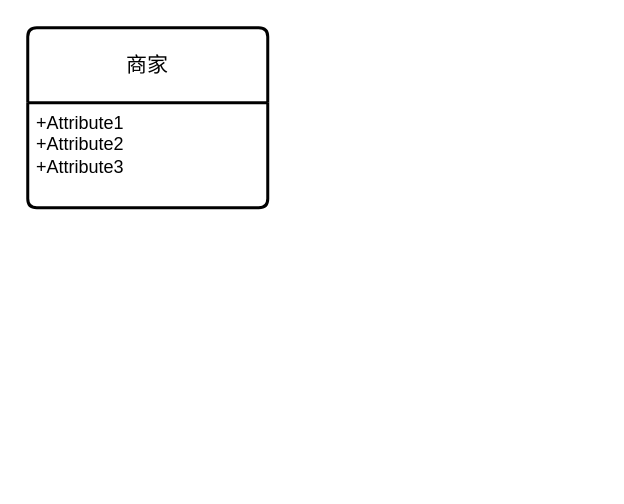
Above: ER-Charts/ER_CampusCard.drawio in ShiaoYoung/Database-course_design (draw.io), before the change. Source tidied: cells renumbered, new cells numbered last; positions are measured from the earlier drawing's top-left corner, leaving out a move shared by most shapes. Both pictures are drawn from the tidied source at 150%, with x=0, y=0 at pixel (27, 27).
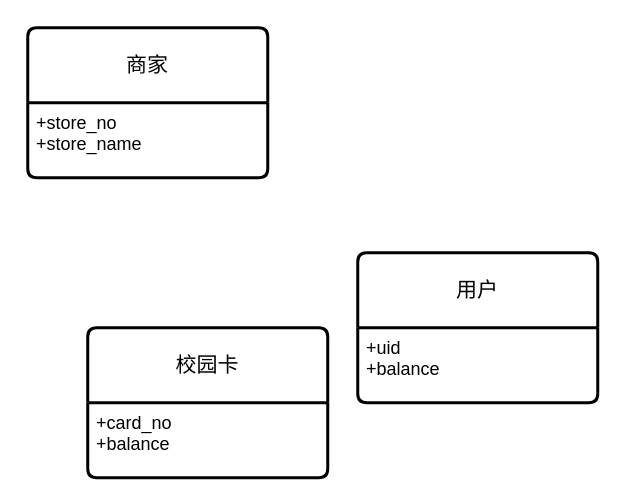
Above is the later version.

Change to the diagram source:
```diff
@@
 <mxGraphModel>
   <root>
     <mxCell id="0" />
     <mxCell id="1" parent="0" />
     <mxCell id="2" value="商家" style="swimlane;horizontal=1;startSize=50;rounded=1;fontSize=14;fontStyle=0;strokeWidth=2;shadow=0;dashed=0;align=center;arcSize=4;whiteSpace=wrap;html=1;" parent="1" vertex="1">
-      <mxGeometry width="160" height="120" as="geometry" />
+      <mxGeometry width="160" height="100" as="geometry" />
     </mxCell>
-    <mxCell id="3" value="+Attribute1&#10;+Attribute2&#10;+Attribute3" style="align=left;strokeColor=none;fillColor=none;spacingLeft=4;fontSize=12;verticalAlign=top;html=1;" parent="2" vertex="1">
-      <mxGeometry y="50" width="160" height="70" as="geometry" />
+    <mxCell id="3" value="+store_no&lt;br&gt;+store_name" style="align=left;strokeColor=none;fillColor=none;spacingLeft=4;fontSize=12;verticalAlign=top;html=1;" parent="2" vertex="1">
+      <mxGeometry y="50" width="160" height="50" as="geometry" />
     </mxCell>
+    <mxCell id="4" value="校园卡" style="swimlane;horizontal=1;startSize=50;rounded=1;fontSize=14;fontStyle=0;strokeWidth=2;shadow=0;dashed=0;align=center;arcSize=4;whiteSpace=wrap;html=1;" parent="1" vertex="1">
+      <mxGeometry x="40" y="200" width="160" height="100" as="geometry" />
+    </mxCell>
+    <mxCell id="5" value="+card_no&lt;br&gt;+balance" style="align=left;strokeColor=none;fillColor=none;spacingLeft=4;fontSize=12;verticalAlign=top;html=1;" parent="4" vertex="1">
+      <mxGeometry y="50" width="160" height="50" as="geometry" />
+    </mxCell>
+    <mxCell id="6" value="用户" style="swimlane;horizontal=1;startSize=50;rounded=1;fontSize=14;fontStyle=0;strokeWidth=2;shadow=0;dashed=0;align=center;arcSize=4;whiteSpace=wrap;html=1;" parent="1" vertex="1">
+      <mxGeometry x="220" y="150" width="160" height="100" as="geometry" />
+    </mxCell>
+    <mxCell id="7" value="+uid&lt;br&gt;+balance" style="align=left;strokeColor=none;fillColor=none;spacingLeft=4;fontSize=12;verticalAlign=top;html=1;" parent="6" vertex="1">
+      <mxGeometry y="50" width="160" height="50" as="geometry" />
+    </mxCell>
   </root>
 </mxGraphModel>
```
